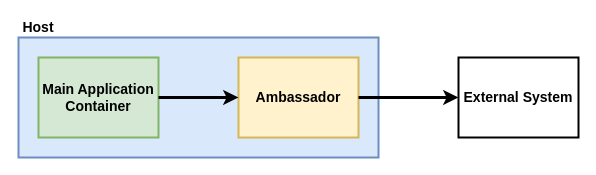
wuyichen24/system-design-knowledge keeps this draw.io diagram as diagrams/draw_io/ambassador_small.drawio. Above is the earlier version. Source tidied: cells renumbered, new cells numbered last; positions are measured from the earlier drawing's top-left corner, leaving out a move shared by most shapes. Both pictures are drawn from the tidied source at 100%, with x=0, y=0 at pixel (18, 17).
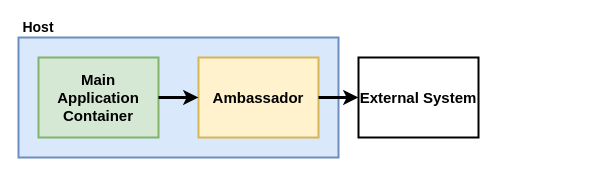
After the change.

Diff of the diagram source:
```diff
@@
 <mxGraphModel>
   <root>
     <mxCell id="0" />
     <mxCell id="1" parent="0" />
     <mxCell id="2" style="rounded=0;whiteSpace=wrap;html=1;strokeWidth=2;fillColor=#dae8fc;strokeColor=#6c8ebf;" parent="1" vertex="1">
-      <mxGeometry y="20" width="360" height="120" as="geometry" />
+      <mxGeometry y="20" width="320" height="120" as="geometry" />
     </mxCell>
-    <mxCell id="3" value="&lt;font size=&quot;1&quot;&gt;&lt;b style=&quot;font-size: 14px&quot;&gt;Main Application Container&lt;/b&gt;&lt;/font&gt;" style="rounded=0;whiteSpace=wrap;html=1;strokeWidth=2;fillColor=#d5e8d4;strokeColor=#82b366;" parent="1" vertex="1">
+    <mxCell id="3" value="&lt;font size=&quot;1&quot;&gt;&lt;b style=&quot;font-size: 15px&quot;&gt;Main Application Container&lt;/b&gt;&lt;/font&gt;" style="rounded=0;whiteSpace=wrap;html=1;strokeWidth=2;fillColor=#d5e8d4;strokeColor=#82b366;" parent="1" vertex="1">
       <mxGeometry x="20" y="40" width="120" height="80" as="geometry" />
     </mxCell>
-    <mxCell id="4" value="&lt;span style=&quot;font-size: 14px&quot;&gt;&lt;b&gt;Ambassador&lt;/b&gt;&lt;/span&gt;" style="rounded=0;whiteSpace=wrap;html=1;strokeWidth=2;fillColor=#fff2cc;strokeColor=#d6b656;" parent="1" vertex="1">
-      <mxGeometry x="220" y="40" width="120" height="80" as="geometry" />
+    <mxCell id="4" value="&lt;b&gt;&lt;font style=&quot;font-size: 15px&quot;&gt;Ambassador&lt;/font&gt;&lt;/b&gt;" style="rounded=0;whiteSpace=wrap;html=1;strokeWidth=2;fillColor=#fff2cc;strokeColor=#d6b656;" parent="1" vertex="1">
+      <mxGeometry x="180" y="40" width="120" height="80" as="geometry" />
     </mxCell>
-    <mxCell id="5" style="endArrow=classic;html=1;strokeWidth=3;entryX=0;entryY=0.5;entryDx=0;entryDy=0;exitX=1;exitY=0.5;exitDx=0;exitDy=0;" parent="1" edge="1" source="3" target="4">
+    <mxCell id="5" style="endArrow=classic;html=1;strokeWidth=3;exitX=1;exitY=0.5;exitDx=0;exitDy=0;entryX=0;entryY=0.5;entryDx=0;entryDy=0;" parent="1" edge="1" source="3" target="4">
       <mxGeometry relative="1" as="geometry" />
     </mxCell>
     <mxCell id="6" style="endArrow=classic;html=1;strokeWidth=3;exitX=1;exitY=0.5;exitDx=0;exitDy=0;entryX=0;entryY=0.5;entryDx=0;entryDy=0;" parent="1" edge="1" source="4" target="7">
       <mxGeometry relative="1" as="geometry" />
     </mxCell>
-    <mxCell id="7" value="&lt;font style=&quot;font-size: 14px&quot;&gt;&lt;b&gt;External System&lt;/b&gt;&lt;/font&gt;" style="rounded=0;whiteSpace=wrap;html=1;strokeWidth=2;" parent="1" vertex="1">
-      <mxGeometry x="440" y="40" width="120" height="80" as="geometry" />
+    <mxCell id="7" value="&lt;font size=&quot;1&quot;&gt;&lt;b style=&quot;font-size: 15px&quot;&gt;External System&lt;/b&gt;&lt;/font&gt;" style="rounded=0;whiteSpace=wrap;html=1;strokeWidth=2;" parent="1" vertex="1">
+      <mxGeometry x="340" y="40" width="120" height="80" as="geometry" />
     </mxCell>
     <mxCell id="8" value="&lt;font style=&quot;font-size: 14px&quot;&gt;&lt;b&gt;Host&lt;/b&gt;&lt;/font&gt;" style="text;html=1;strokeColor=none;fillColor=none;align=center;verticalAlign=middle;whiteSpace=wrap;rounded=0;" parent="1" vertex="1">
       <mxGeometry width="40" height="20" as="geometry" />
     </mxCell>
   </root>
 </mxGraphModel>
```
